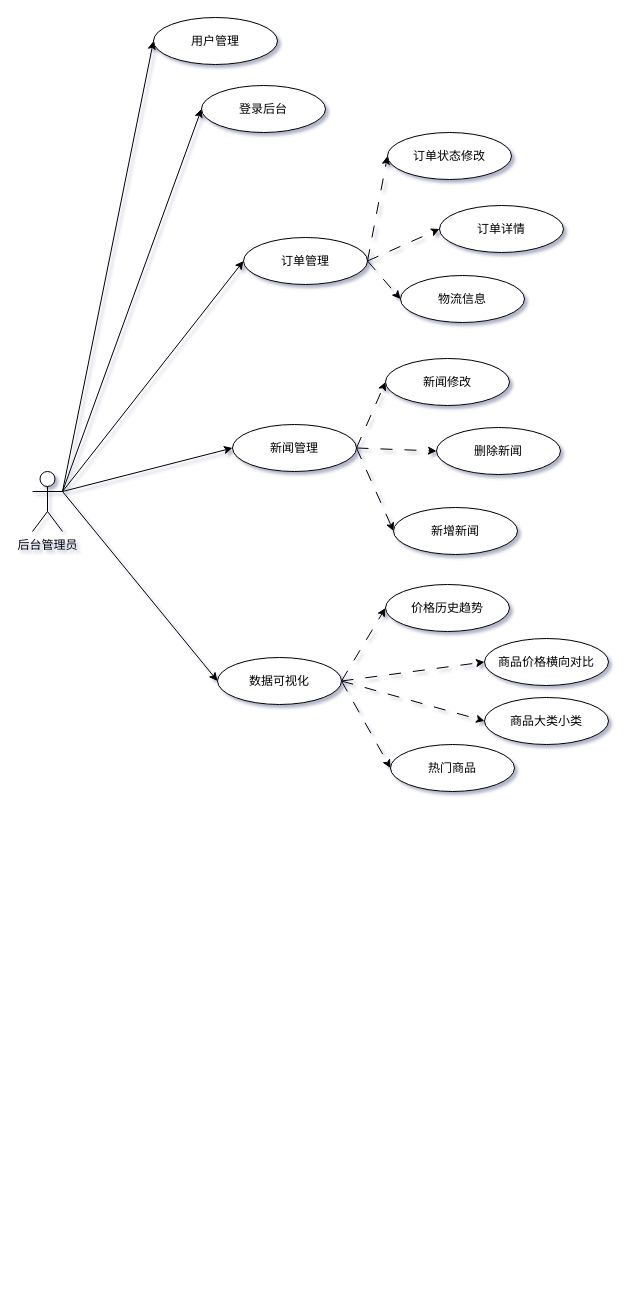
Before: 测试.drawio in SuperSparta117/drawio_liuchengtu, a draw.io diagram. Source tidied: cells renumbered, new cells numbered last; positions are measured from the earlier drawing's top-left corner, leaving out a move shared by most shapes. Both pictures are drawn from the tidied source at 100%, with x=0, y=0 at pixel (32, 17).
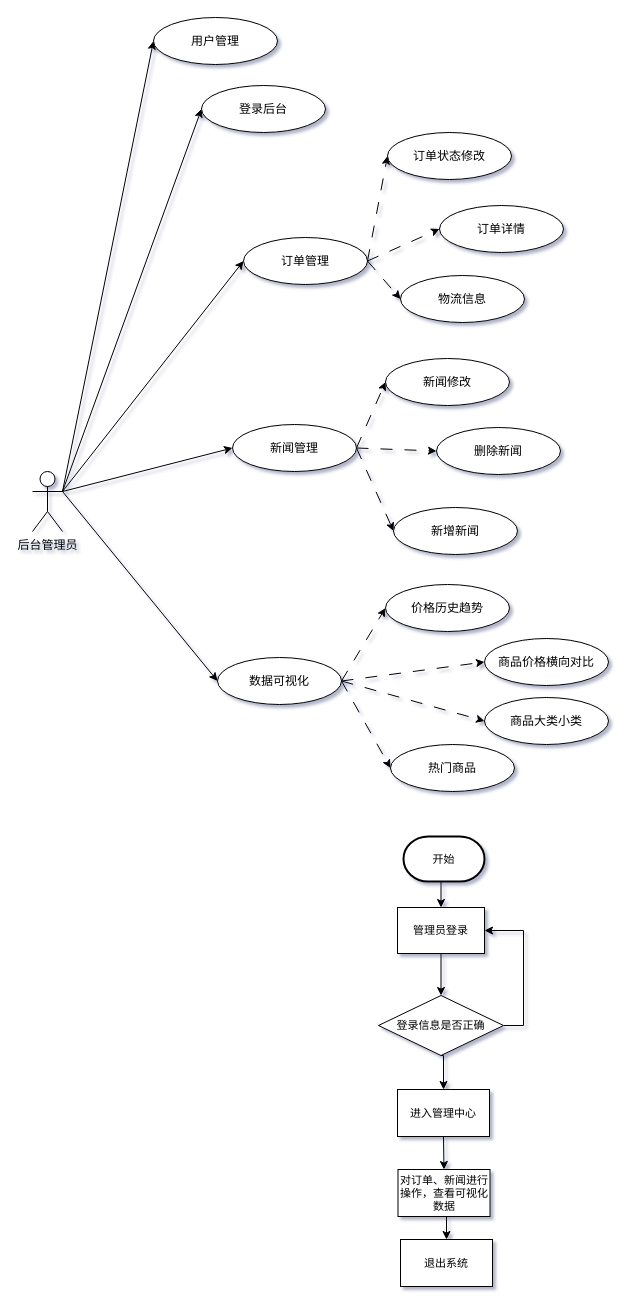
The same page after the edit.

Change to the diagram source:
```diff
@@
+    <mxCell id="33" style="edgeStyle=orthogonalEdgeStyle;shape=connector;rounded=0;jettySize=auto;html=1;exitX=0.5;exitY=1;exitDx=0;exitDy=0;exitPerimeter=0;entryX=0.5;entryY=0;entryDx=0;entryDy=0;labelBackgroundColor=default;strokeColor=default;fontFamily=Helvetica;fontSize=11;fontColor=default;endArrow=classic;" parent="1" edge="1" source="34" target="36">
+      <mxGeometry relative="1" as="geometry" />
+    </mxCell>
+    <mxCell id="34" value="开始" style="strokeWidth=2;html=1;shape=mxgraph.flowchart.terminator;whiteSpace=wrap;fontFamily=Helvetica;fontSize=11;fontColor=default;" parent="1" vertex="1">
+      <mxGeometry x="371" y="819" width="81" height="45" as="geometry" />
+    </mxCell>
+    <mxCell id="35" style="edgeStyle=orthogonalEdgeStyle;shape=connector;rounded=0;jettySize=auto;html=1;exitX=0.5;exitY=1;exitDx=0;exitDy=0;entryX=0.5;entryY=0;entryDx=0;entryDy=0;labelBackgroundColor=default;strokeColor=default;fontFamily=Helvetica;fontSize=11;fontColor=default;endArrow=classic;" parent="1" edge="1" source="36" target="39">
+      <mxGeometry relative="1" as="geometry" />
+    </mxCell>
+    <mxCell id="36" value="管理员登录" style="rounded=0;whiteSpace=wrap;html=1;fontFamily=Helvetica;fontSize=11;fontColor=default;" parent="1" vertex="1">
+      <mxGeometry x="365" y="890" width="87" height="46" as="geometry" />
+    </mxCell>
+    <mxCell id="37" style="edgeStyle=orthogonalEdgeStyle;shape=connector;rounded=0;jettySize=auto;html=1;exitX=1;exitY=0.5;exitDx=0;exitDy=0;entryX=1;entryY=0.5;entryDx=0;entryDy=0;labelBackgroundColor=default;strokeColor=default;fontFamily=Helvetica;fontSize=11;fontColor=default;endArrow=classic;" parent="1" edge="1" source="39" target="36">
+      <mxGeometry relative="1" as="geometry" />
+    </mxCell>
+    <mxCell id="38" style="edgeStyle=orthogonalEdgeStyle;shape=connector;rounded=0;jettySize=auto;html=1;exitX=0.5;exitY=1;exitDx=0;exitDy=0;entryX=0.5;entryY=0;entryDx=0;entryDy=0;labelBackgroundColor=default;strokeColor=default;fontFamily=Helvetica;fontSize=11;fontColor=default;endArrow=classic;" parent="1" edge="1" source="39" target="41">
+      <mxGeometry relative="1" as="geometry" />
+    </mxCell>
+    <mxCell id="39" value="登录信息是否正确" style="rhombus;whiteSpace=wrap;html=1;fontFamily=Helvetica;fontSize=11;fontColor=default;" parent="1" vertex="1">
+      <mxGeometry x="346" y="978" width="125" height="60" as="geometry" />
+    </mxCell>
+    <mxCell id="40" style="edgeStyle=orthogonalEdgeStyle;shape=connector;rounded=0;jettySize=auto;html=1;exitX=0.5;exitY=1;exitDx=0;exitDy=0;entryX=0.5;entryY=0;entryDx=0;entryDy=0;labelBackgroundColor=default;strokeColor=default;fontFamily=Helvetica;fontSize=11;fontColor=default;endArrow=classic;" parent="1" edge="1" source="41" target="43">
+      <mxGeometry relative="1" as="geometry" />
+    </mxCell>
+    <mxCell id="41" value="进入管理中心" style="rounded=0;whiteSpace=wrap;html=1;fontFamily=Helvetica;fontSize=11;fontColor=default;" parent="1" vertex="1">
+      <mxGeometry x="365" y="1072" width="92" height="47" as="geometry" />
+    </mxCell>
+    <mxCell id="42" style="edgeStyle=orthogonalEdgeStyle;shape=connector;rounded=0;jettySize=auto;html=1;exitX=0.5;exitY=1;exitDx=0;exitDy=0;entryX=0.5;entryY=0;entryDx=0;entryDy=0;labelBackgroundColor=default;strokeColor=default;fontFamily=Helvetica;fontSize=11;fontColor=default;endArrow=classic;" parent="1" edge="1" source="43" target="44">
+      <mxGeometry relative="1" as="geometry" />
+    </mxCell>
+    <mxCell id="43" value="对订单、新闻进行操作，查看可视化数据" style="rounded=0;whiteSpace=wrap;html=1;fontFamily=Helvetica;fontSize=11;fontColor=default;" parent="1" vertex="1">
+      <mxGeometry x="365.5" y="1152" width="92" height="47" as="geometry" />
+    </mxCell>
+    <mxCell id="44" value="退出系统" style="rounded=0;whiteSpace=wrap;html=1;fontFamily=Helvetica;fontSize=11;fontColor=default;" parent="1" vertex="1">
+      <mxGeometry x="368" y="1222" width="92" height="47" as="geometry" />
+    </mxCell>
```
